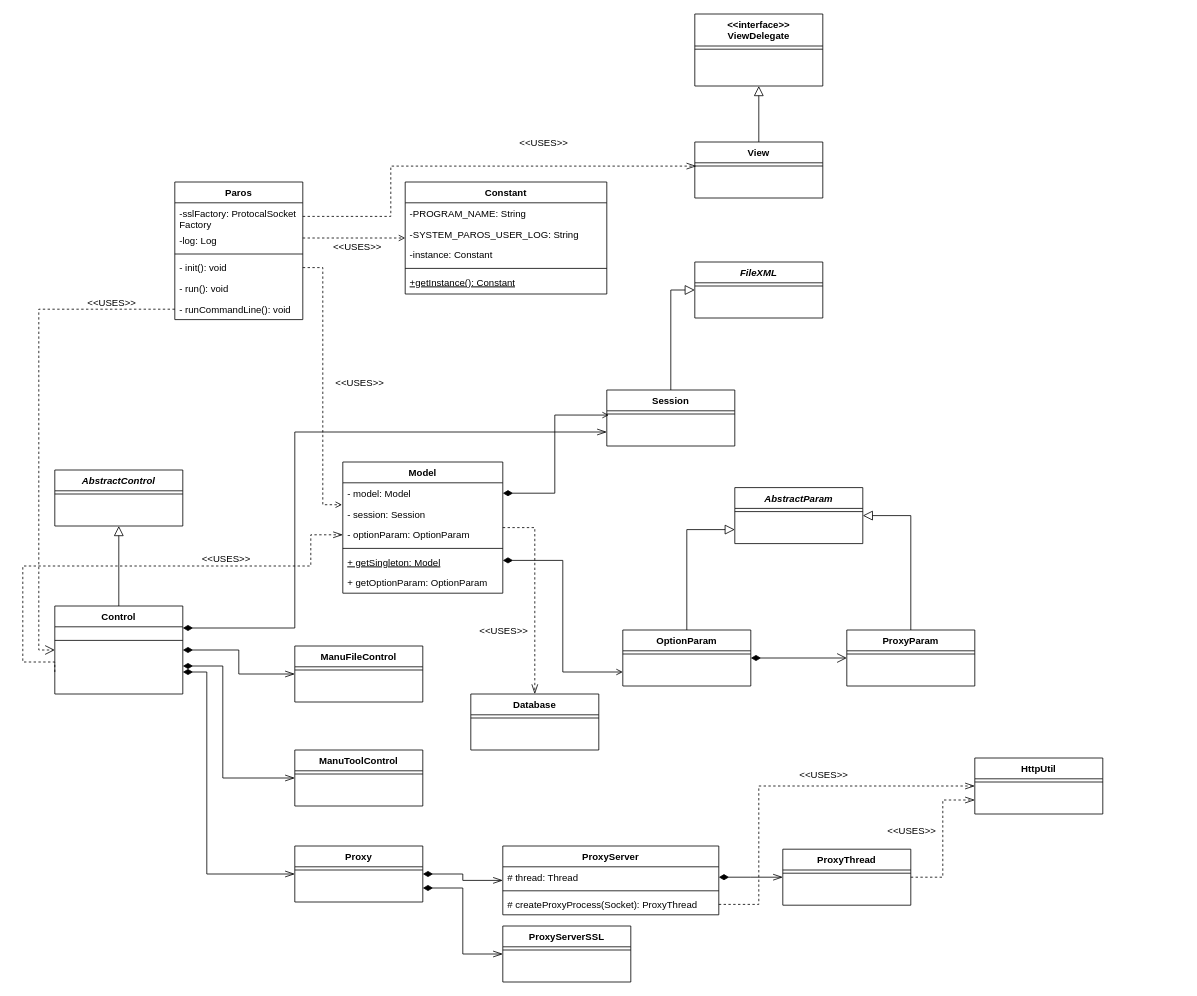
Earlier version of the draw.io diagram Lab05_class_diagram.drawio (astrrr/SAD2021sem1). Source tidied: cells renumbered, new cells numbered last; positions are measured from the earlier drawing's top-left corner, leaving out a move shared by most shapes. Both pictures are drawn from the tidied source at 80%, with x=0, y=0 at pixel (22, 14).
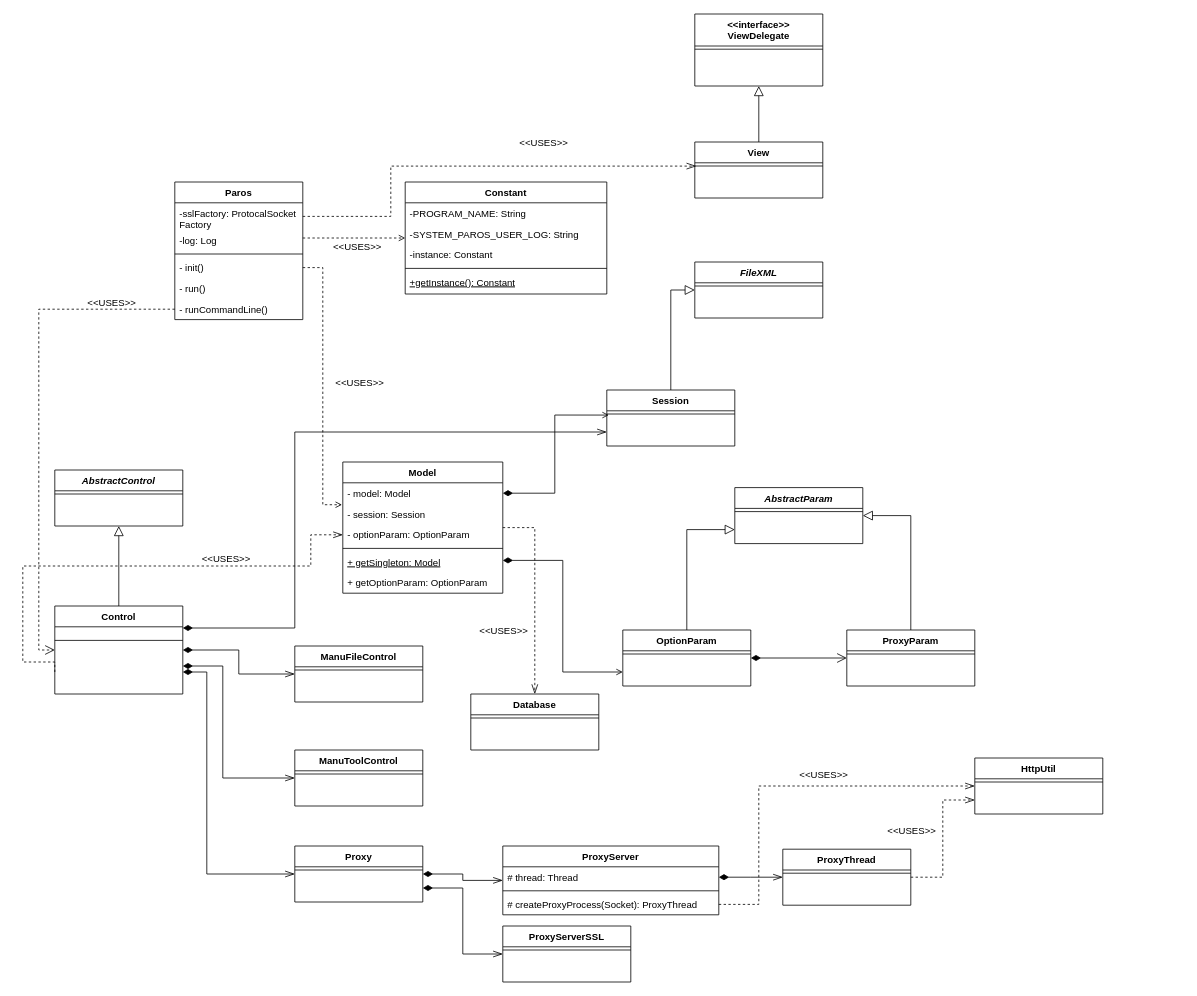
The same page after the edit.

Commit message:
wait for add attr

The change refers to these unchanged cells:
```xml
<mxCell id="3" value="Paros" style="swimlane;fontStyle=1;align=center;verticalAlign=top;horizontal=1;startSize=26;rounded=0;shadow=0;strokeWidth=1;" parent="1" vertex="1">
  <mxGeometry x="190" y="210" width="160" height="172" as="geometry" />
</mxCell>
```

Diff of the diagram source:
```diff
@@
-    <mxCell id="7" value="- init(): void" style="text;align=left;verticalAlign=top;spacingLeft=4;spacingRight=4;overflow=hidden;points=[[0,0.5],[1,0.5]];portConstraint=eastwest;" parent="3" vertex="1">
+    <mxCell id="7" value="- init()" style="text;align=left;verticalAlign=top;spacingLeft=4;spacingRight=4;overflow=hidden;points=[[0,0.5],[1,0.5]];portConstraint=eastwest;" parent="3" vertex="1">
       <mxGeometry y="94" width="160" height="26" as="geometry" />
     </mxCell>
-    <mxCell id="8" value="- run(): void" style="text;align=left;verticalAlign=top;spacingLeft=4;spacingRight=4;overflow=hidden;" parent="3" vertex="1">
+    <mxCell id="8" value="- run()" style="text;align=left;verticalAlign=top;spacingLeft=4;spacingRight=4;overflow=hidden;" parent="3" vertex="1">
       <mxGeometry y="120" width="160" height="26" as="geometry" />
     </mxCell>
-    <mxCell id="9" value="- runCommandLine(): void" style="text;align=left;verticalAlign=top;spacingLeft=4;spacingRight=4;overflow=hidden;points=[[0,0.5],[1,0.5]];portConstraint=eastwest;" parent="3" vertex="1">
+    <mxCell id="9" value="- runCommandLine()" style="text;align=left;verticalAlign=top;spacingLeft=4;spacingRight=4;overflow=hidden;points=[[0,0.5],[1,0.5]];portConstraint=eastwest;" parent="3" vertex="1">
       <mxGeometry y="146" width="160" height="26" as="geometry" />
     </mxCell>
```
